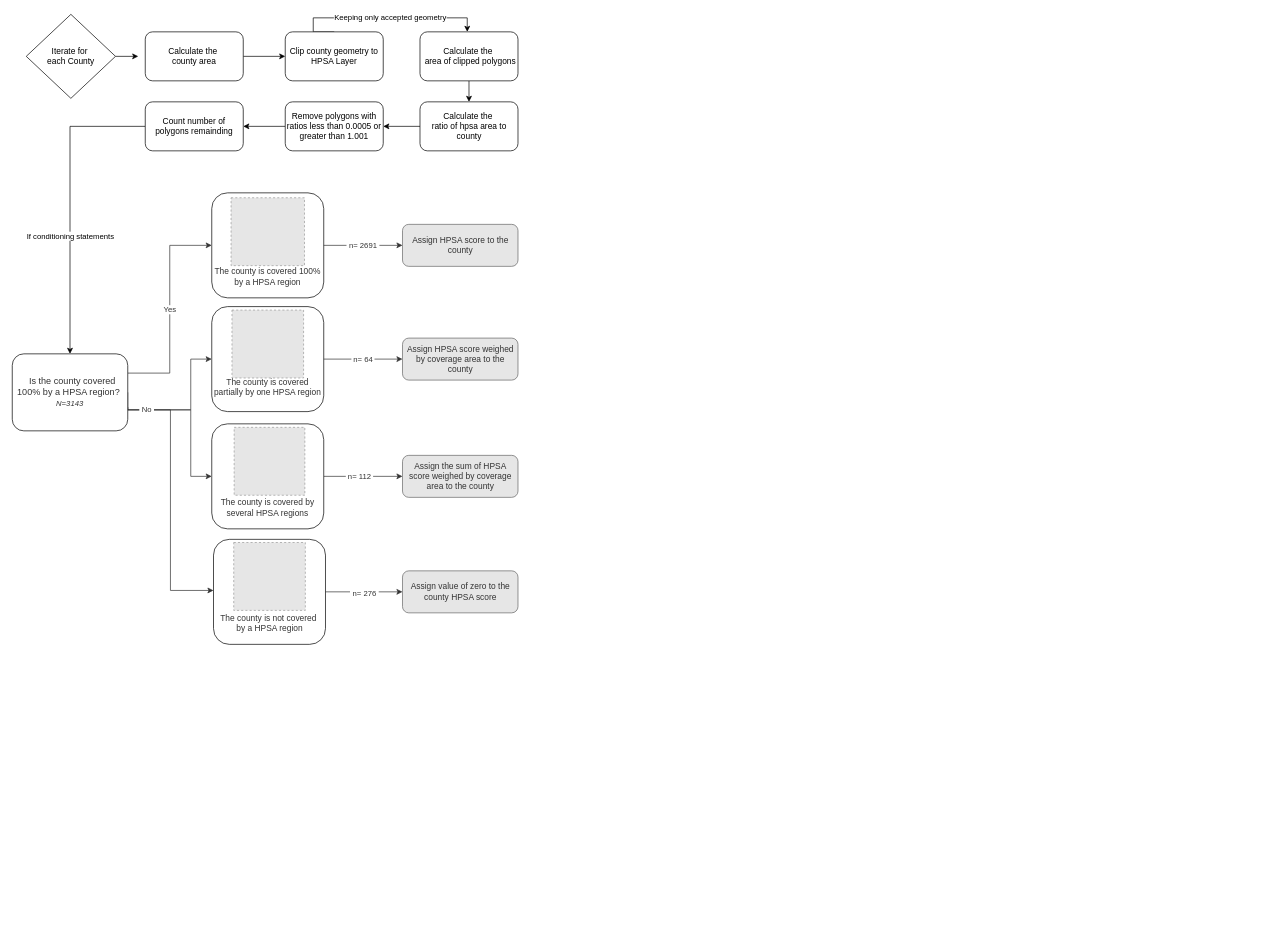
dealchre/gradDrawio keeps this draw.io diagram as HPSAmethodLogic.drawio. Above is the earlier version. Source tidied: cells renumbered, new cells numbered last; positions are measured from the earlier drawing's top-left corner, leaving out a move shared by most shapes. Both pictures are drawn from the tidied source at 70%, with x=0, y=0 at pixel (12, 14). Pictures stored in the file or linked from it are replaced by grey dashed boxes.
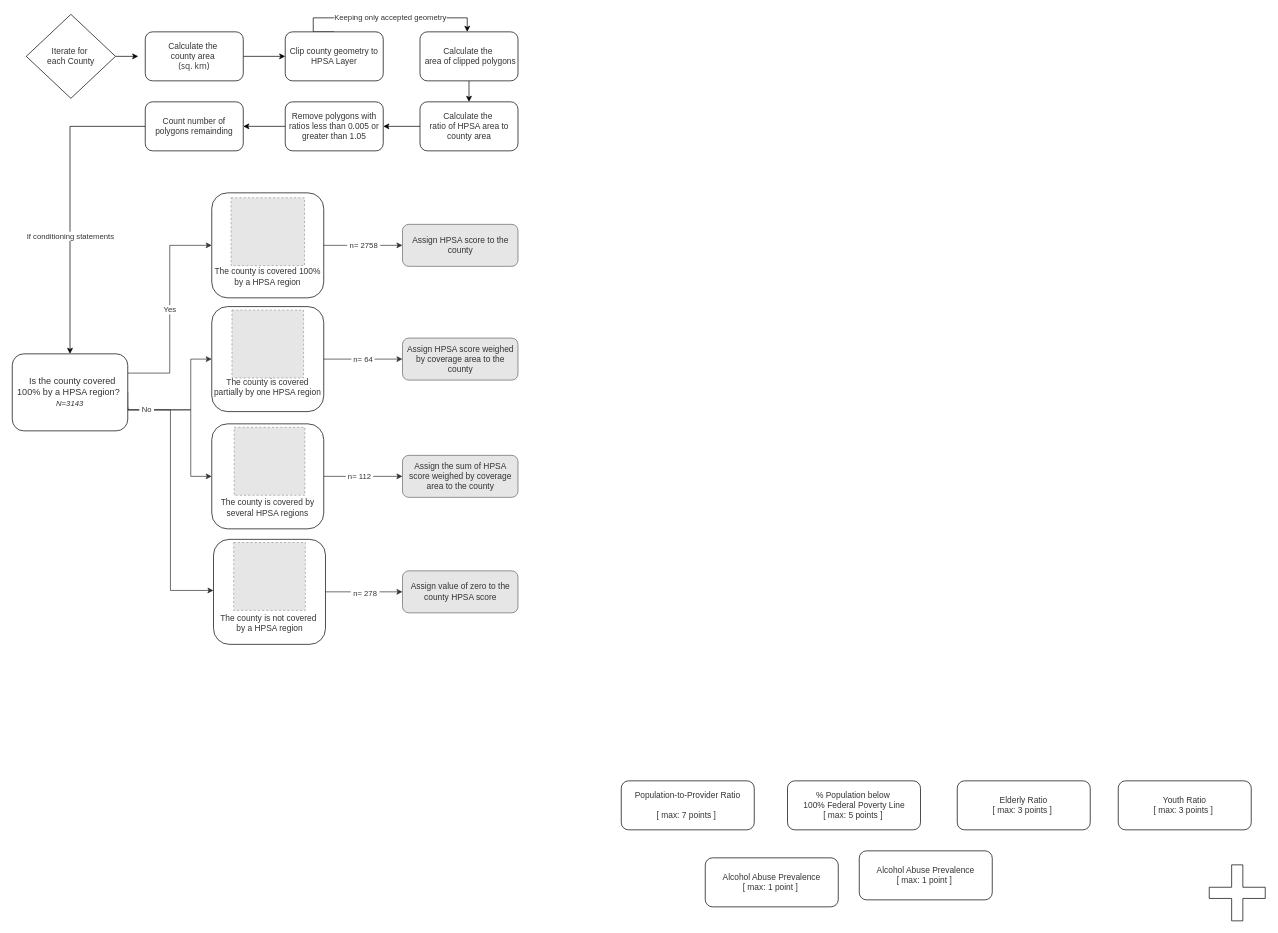
Above is the later version.

Unchanged cells that the change refers to:
```xml
<mxCell id="21" value="Assign HPSA score to the county" style="rounded=1;whiteSpace=wrap;html=1;fillColor=#E6E6E6;strokeColor=#666666;fontColor=#333333;" parent="1" vertex="1">
  <mxGeometry x="557.5" y="300" width="165" height="60" as="geometry" />
</mxCell>
<mxCell id="23" style="rounded=1;whiteSpace=wrap;html=1;fontColor=#333333;" parent="22" vertex="1">
  <mxGeometry y="-10" width="160" height="150" as="geometry" />
</mxCell>
<mxCell id="35" style="edgeStyle=orthogonalEdgeStyle;rounded=0;jettySize=auto;html=1;exitX=1;exitY=0.5;exitDx=0;exitDy=0;entryX=0;entryY=0.5;entryDx=0;entryDy=0;fontColor=#333333;strokeColor=#333333;" parent="1" edge="1" source="37" target="19">
  <mxGeometry relative="1" as="geometry" />
</mxCell>
<mxCell id="46" value="&amp;nbsp; Is the county covered 100% by a HPSA region?&amp;nbsp;&lt;div&gt;&lt;i&gt;&lt;font style=&quot;font-size: 11px;&quot;&gt;N=3143&lt;/font&gt;&lt;/i&gt;&lt;/div&gt;" style="rounded=1;whiteSpace=wrap;html=1;fontSize=13;fontColor=#333333;" parent="1" vertex="1">
  <mxGeometry y="485" width="165" height="110" as="geometry" />
</mxCell>
```

Change to the diagram source:
```diff
@@
-    <mxCell id="2" style="edgeStyle=orthogonalEdgeStyle;rounded=0;jettySize=auto;html=1;exitX=1;exitY=0.5;exitDx=0;exitDy=0;entryX=0;entryY=0.5;entryDx=0;entryDy=0;" parent="1" edge="1" source="3" target="8">
+    <mxCell id="2" style="edgeStyle=orthogonalEdgeStyle;rounded=0;jettySize=auto;html=1;exitX=1;exitY=0.5;exitDx=0;exitDy=0;entryX=0;entryY=0.5;entryDx=0;entryDy=0;fontColor=#333333;" parent="1" edge="1" source="3" target="8">
       <mxGeometry relative="1" as="geometry" />
     </mxCell>
-    <mxCell id="3" value="Calculate the&amp;nbsp;&lt;br&gt;&lt;div&gt;county area&lt;/div&gt;" style="rounded=1;whiteSpace=wrap;html=1;" parent="1" vertex="1">
+    <mxCell id="3" value="Calculate the&amp;nbsp;&lt;br&gt;&lt;div&gt;county area&amp;nbsp;&lt;/div&gt;&lt;div&gt;&lt;span style=&quot;background-color: rgb(255, 255, 255); font-family: &amp;quot;Segoe UI&amp;quot;, &amp;quot;Segoe UI Web (West European)&amp;quot;, -apple-system, &amp;quot;system-ui&amp;quot;, Roboto, &amp;quot;Helvetica Neue&amp;quot;, sans-serif; text-align: left; white-space-collapse: preserve;&quot;&gt;(sq. km)&lt;/span&gt;&lt;/div&gt;" style="rounded=1;whiteSpace=wrap;html=1;fontColor=#333333;" parent="1" vertex="1">
       <mxGeometry x="190" y="25" width="140" height="70" as="geometry" />
     </mxCell>
-    <mxCell id="4" style="edgeStyle=orthogonalEdgeStyle;rounded=0;jettySize=auto;html=1;exitX=1;exitY=0.5;exitDx=0;exitDy=0;" parent="1" edge="1" source="5">
+    <mxCell id="4" style="edgeStyle=orthogonalEdgeStyle;rounded=0;jettySize=auto;html=1;exitX=1;exitY=0.5;exitDx=0;exitDy=0;fontColor=#333333;" parent="1" edge="1" source="5">
       <mxGeometry relative="1" as="geometry">
         <mxPoint x="180" y="60.1" as="targetPoint" />
       </mxGeometry>
     </mxCell>
-    <mxCell id="5" value="Iterate for&amp;nbsp;&lt;div&gt;each County&lt;/div&gt;" style="rhombus;whiteSpace=wrap;html=1;" parent="1" vertex="1">
+    <mxCell id="5" value="Iterate for&amp;nbsp;&lt;div&gt;each County&lt;/div&gt;" style="rhombus;whiteSpace=wrap;html=1;fontColor=#333333;" parent="1" vertex="1">
       <mxGeometry x="20" width="127.5" height="120" as="geometry" />
     </mxCell>
-    <mxCell id="6" style="edgeStyle=orthogonalEdgeStyle;rounded=0;jettySize=auto;html=1;exitX=0.5;exitY=0;exitDx=0;exitDy=0;" parent="1" edge="1" source="8" target="10">
+    <mxCell id="6" style="edgeStyle=orthogonalEdgeStyle;rounded=0;jettySize=auto;html=1;exitX=0.5;exitY=0;exitDx=0;exitDy=0;fontColor=#333333;" parent="1" edge="1" source="8" target="10">
       <mxGeometry relative="1" as="geometry">
         <Array as="points">
           <mxPoint x="430" y="25" />
           <mxPoint x="430" y="5" />
           <mxPoint x="650" y="5" />
         </Array>
       </mxGeometry>
     </mxCell>
-    <mxCell id="7" value="Keeping only accepted geometry" style="edgeLabel;html=1;align=center;verticalAlign=middle;" parent="6" vertex="1">
+    <mxCell id="7" value="Keeping only accepted geometry" style="edgeLabel;html=1;align=center;verticalAlign=middle;fontColor=#333333;" parent="6" vertex="1">
       <mxGeometry x="-0.36" y="2" relative="1" as="geometry">
         <mxPoint x="66" as="offset" />
       </mxGeometry>
     </mxCell>
-    <mxCell id="8" value="Clip county geometry to HPSA Layer" style="rounded=1;whiteSpace=wrap;html=1;" parent="1" vertex="1">
+    <mxCell id="8" value="Clip county geometry to HPSA Layer" style="rounded=1;whiteSpace=wrap;html=1;fontColor=#333333;" parent="1" vertex="1">
       <mxGeometry x="390" y="25" width="140" height="70" as="geometry" />
     </mxCell>
-    <mxCell id="9" style="edgeStyle=orthogonalEdgeStyle;rounded=0;jettySize=auto;html=1;exitX=0.5;exitY=1;exitDx=0;exitDy=0;entryX=0.5;entryY=0;entryDx=0;entryDy=0;" parent="1" edge="1" source="10" target="14">
+    <mxCell id="9" style="edgeStyle=orthogonalEdgeStyle;rounded=0;jettySize=auto;html=1;exitX=0.5;exitY=1;exitDx=0;exitDy=0;entryX=0.5;entryY=0;entryDx=0;entryDy=0;fontColor=#333333;" parent="1" edge="1" source="10" target="14">
       <mxGeometry relative="1" as="geometry" />
     </mxCell>
-    <mxCell id="10" value="Calculate the&amp;nbsp;&lt;br&gt;&lt;div&gt;&amp;nbsp;area of clipped polygons&lt;/div&gt;" style="rounded=1;whiteSpace=wrap;html=1;" parent="1" vertex="1">
+    <mxCell id="10" value="Calculate the&amp;nbsp;&lt;br&gt;&lt;div&gt;&amp;nbsp;area of clipped polygons&lt;/div&gt;" style="rounded=1;whiteSpace=wrap;html=1;fontColor=#333333;" parent="1" vertex="1">
       <mxGeometry x="582.5" y="25" width="140" height="70" as="geometry" />
     </mxCell>
-    <mxCell id="11" style="edgeStyle=orthogonalEdgeStyle;rounded=0;jettySize=auto;html=1;exitX=0;exitY=0.5;exitDx=0;exitDy=0;entryX=1;entryY=0.5;entryDx=0;entryDy=0;" parent="1" edge="1" source="12" target="17">
+    <mxCell id="11" style="edgeStyle=orthogonalEdgeStyle;rounded=0;jettySize=auto;html=1;exitX=0;exitY=0.5;exitDx=0;exitDy=0;entryX=1;entryY=0.5;entryDx=0;entryDy=0;fontColor=#333333;" parent="1" edge="1" source="12" target="17">
       <mxGeometry relative="1" as="geometry" />
     </mxCell>
-    <mxCell id="12" value="Remove polygons with ratios less than 0.0005 or greater than 1.001" style="rounded=1;whiteSpace=wrap;html=1;" parent="1" vertex="1">
+    <mxCell id="12" value="Remove polygons with ratios less than 0.005 or greater than 1.05" style="rounded=1;whiteSpace=wrap;html=1;fontColor=#333333;" parent="1" vertex="1">
       <mxGeometry x="390" y="125" width="140" height="70" as="geometry" />
     </mxCell>
-    <mxCell id="13" style="edgeStyle=orthogonalEdgeStyle;rounded=0;jettySize=auto;html=1;exitX=0;exitY=0.5;exitDx=0;exitDy=0;entryX=1;entryY=0.5;entryDx=0;entryDy=0;" parent="1" edge="1" source="14" target="12">
+    <mxCell id="13" style="edgeStyle=orthogonalEdgeStyle;rounded=0;jettySize=auto;html=1;exitX=0;exitY=0.5;exitDx=0;exitDy=0;entryX=1;entryY=0.5;entryDx=0;entryDy=0;fontColor=#333333;" parent="1" edge="1" source="14" target="12">
       <mxGeometry relative="1" as="geometry" />
     </mxCell>
-    <mxCell id="14" value="Calculate the&amp;nbsp;&lt;br&gt;&lt;div&gt;ratio of hpsa area to county&lt;/div&gt;" style="rounded=1;whiteSpace=wrap;html=1;" parent="1" vertex="1">
+    <mxCell id="14" value="Calculate the&amp;nbsp;&lt;br&gt;&lt;div&gt;ratio of HPSA area to county area&lt;/div&gt;" style="rounded=1;whiteSpace=wrap;html=1;fontColor=#333333;" parent="1" vertex="1">
       <mxGeometry x="582.5" y="125" width="140" height="70" as="geometry" />
     </mxCell>
-    <mxCell id="15" style="edgeStyle=orthogonalEdgeStyle;rounded=0;jettySize=auto;html=1;exitX=0;exitY=0.5;exitDx=0;exitDy=0;entryX=0.5;entryY=0;entryDx=0;entryDy=0;" parent="1" edge="1" source="17" target="46">
+    <mxCell id="15" style="edgeStyle=orthogonalEdgeStyle;rounded=0;jettySize=auto;html=1;exitX=0;exitY=0.5;exitDx=0;exitDy=0;entryX=0.5;entryY=0;entryDx=0;entryDy=0;fontColor=#333333;" parent="1" edge="1" source="17" target="46">
       <mxGeometry relative="1" as="geometry" />
     </mxCell>
-    <mxCell id="16" value="&amp;nbsp;If conditioning statements&amp;nbsp;" style="edgeLabel;html=1;align=center;verticalAlign=middle;" parent="15" vertex="1">
+    <mxCell id="16" value="&amp;nbsp;If conditioning statements&amp;nbsp;" style="edgeLabel;html=1;align=center;verticalAlign=middle;fontColor=#333333;" parent="15" vertex="1">
       <mxGeometry x="0.22" relative="1" as="geometry" />
     </mxCell>
-    <mxCell id="17" value="Count number of polygons remainding" style="rounded=1;whiteSpace=wrap;html=1;" parent="1" vertex="1">
+    <mxCell id="17" value="Count number of polygons remainding" style="rounded=1;whiteSpace=wrap;html=1;fontColor=#333333;" parent="1" vertex="1">
       <mxGeometry x="190" y="125" width="140" height="70" as="geometry" />
     </mxCell>
@@
-    <mxCell id="36" value="&amp;nbsp;n= 276&amp;nbsp;" style="edgeLabel;html=1;align=center;verticalAlign=middle;fontColor=#333333;" parent="35" vertex="1">
-      <mxGeometry y="-1" relative="1" as="geometry" />
+    <mxCell id="36" value="&amp;nbsp;n= 278&amp;nbsp;" style="edgeLabel;html=1;align=center;verticalAlign=middle;fontColor=#333333;" parent="35" vertex="1">
+      <mxGeometry y="-1" relative="1" as="geometry">
+        <mxPoint x="1" as="offset" />
+      </mxGeometry>
     </mxCell>
@@
-    <mxCell id="40" value="&amp;nbsp;n= 2691&amp;nbsp;" style="edgeStyle=orthogonalEdgeStyle;rounded=0;jettySize=auto;html=1;fontColor=#333333;strokeColor=#333333;" parent="1" edge="1" source="23" target="21">
-      <mxGeometry relative="1" as="geometry" />
+    <mxCell id="40" value="&amp;nbsp;n= 2758&amp;nbsp;" style="edgeStyle=orthogonalEdgeStyle;rounded=0;jettySize=auto;html=1;fontColor=#333333;strokeColor=#333333;" parent="1" edge="1" source="23" target="21">
+      <mxGeometry x="0.01" relative="1" as="geometry" />
     </mxCell>
@@
+    <mxCell id="47" value="Population-to-Provider Ratio&lt;div&gt;&lt;br&gt;&lt;/div&gt;&lt;div&gt;[ max: 7 points ]&amp;nbsp;&lt;/div&gt;" style="rounded=1;whiteSpace=wrap;html=1;fontColor=#333333;" parent="1" vertex="1">
+      <mxGeometry x="870" y="1095" width="190" height="70" as="geometry" />
+    </mxCell>
+    <mxCell id="48" value="&lt;div&gt;% Population below&amp;nbsp;&lt;/div&gt;&lt;div&gt;100% Federal Poverty Line&lt;/div&gt;&lt;div&gt;[ max: 5 points ]&amp;nbsp;&lt;/div&gt;" style="rounded=1;whiteSpace=wrap;html=1;fontColor=#333333;" parent="1" vertex="1">
+      <mxGeometry x="1107.5" y="1095" width="190" height="70" as="geometry" />
+    </mxCell>
+    <mxCell id="49" value="&lt;div&gt;Elderly Ratio&lt;/div&gt;&lt;div&gt;[ max: 3 points ]&amp;nbsp;&lt;/div&gt;" style="rounded=1;whiteSpace=wrap;html=1;fontColor=#333333;" parent="1" vertex="1">
+      <mxGeometry x="1350" y="1095" width="190" height="70" as="geometry" />
+    </mxCell>
+    <mxCell id="50" value="&lt;div&gt;Youth Ratio&lt;/div&gt;&lt;div&gt;[ max: 3 points ]&amp;nbsp;&lt;/div&gt;" style="rounded=1;whiteSpace=wrap;html=1;fontColor=#333333;" parent="1" vertex="1">
+      <mxGeometry x="1580" y="1095" width="190" height="70" as="geometry" />
+    </mxCell>
+    <mxCell id="51" value="&lt;div&gt;Alcohol Abuse Prevalence&lt;/div&gt;&lt;div&gt;[ max: 1 point ]&amp;nbsp;&lt;/div&gt;" style="rounded=1;whiteSpace=wrap;html=1;fontColor=#333333;" parent="1" vertex="1">
+      <mxGeometry x="990" y="1205" width="190" height="70" as="geometry" />
+    </mxCell>
+    <mxCell id="52" value="&lt;div&gt;Alcohol Abuse Prevalence&lt;/div&gt;&lt;div&gt;[ max: 1 point ]&amp;nbsp;&lt;/div&gt;" style="rounded=1;whiteSpace=wrap;html=1;fontColor=#333333;" parent="1" vertex="1">
+      <mxGeometry x="1210" y="1195" width="190" height="70" as="geometry" />
+    </mxCell>
+    <mxCell id="53" style="shape=cross;whiteSpace=wrap;html=1;" parent="1" vertex="1">
+      <mxGeometry x="1710" y="1215" width="80" height="80" as="geometry" />
+    </mxCell>
```
